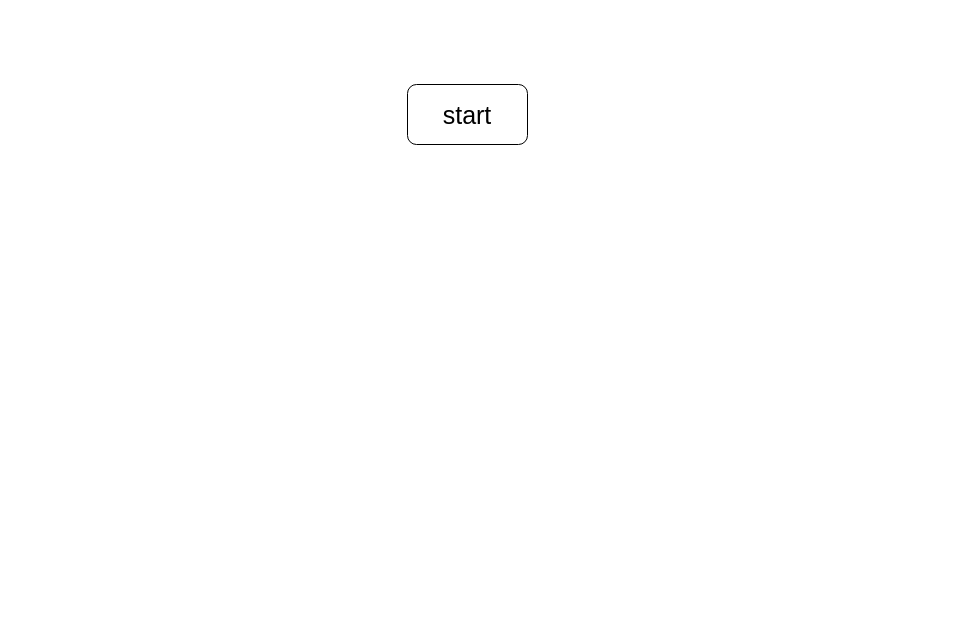
This is pong_state_machine.drawio from LamForest/draw.io, a draw.io file, before an edit. Source tidied: cells renumbered, new cells numbered last; positions are measured from the earlier drawing's top-left corner, leaving out a move shared by most shapes. Both pictures are drawn from the tidied source at 100%, with x=0, y=0 at pixel (407, 84).
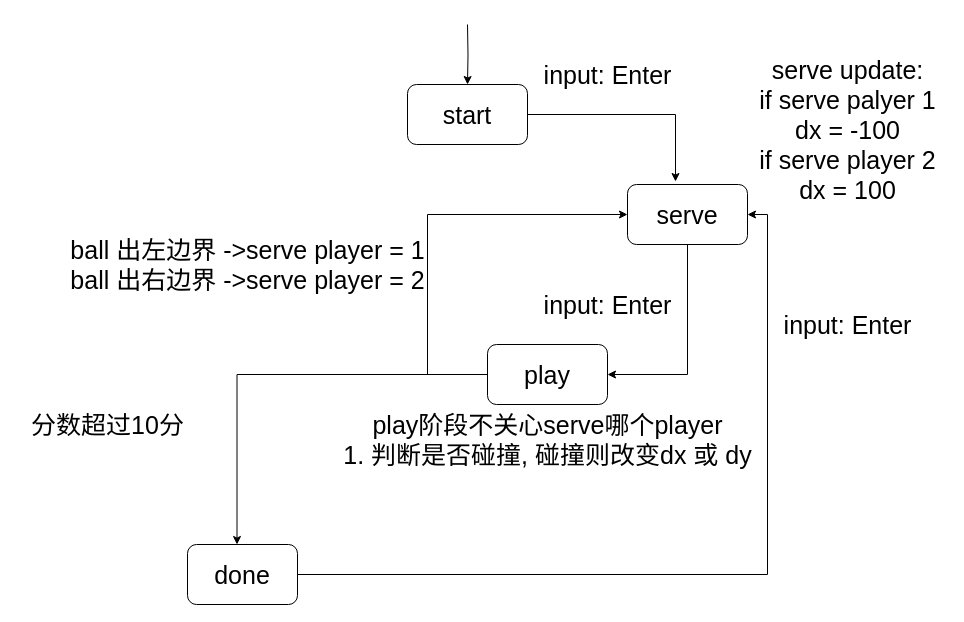
Above is the later version.

Unchanged cells that the change refers to:
```xml
<mxCell id="2" value="start" style="rounded=1;whiteSpace=wrap;html=1;fontSize=25;" parent="1" vertex="1">
  <mxGeometry width="120" height="60" as="geometry" />
</mxCell>
```

The edit, as a diff of the source:
```diff
@@
+    <mxCell id="3" style="edgeStyle=orthogonalEdgeStyle;rounded=0;jettySize=auto;html=1;exitX=0.5;exitY=0;exitDx=0;exitDy=0;fontSize=25;entryX=0.5;entryY=0;entryDx=0;entryDy=0;" parent="1" edge="1" target="2">
+      <mxGeometry relative="1" as="geometry">
+        <mxPoint x="60" y="-60" as="sourcePoint" />
+      </mxGeometry>
+    </mxCell>
+    <mxCell id="4" style="edgeStyle=orthogonalEdgeStyle;rounded=0;jettySize=auto;html=1;exitX=1;exitY=0.5;exitDx=0;exitDy=0;entryX=0.4;entryY=-0.05;entryDx=0;entryDy=0;entryPerimeter=0;fontSize=25;" parent="1" edge="1" source="2" target="6">
+      <mxGeometry relative="1" as="geometry" />
+    </mxCell>
@@
+    <mxCell id="5" style="edgeStyle=orthogonalEdgeStyle;rounded=0;jettySize=auto;html=1;exitX=0.5;exitY=1;exitDx=0;exitDy=0;entryX=1;entryY=0.5;entryDx=0;entryDy=0;fontSize=25;" parent="1" edge="1" source="6" target="9">
+      <mxGeometry relative="1" as="geometry" />
+    </mxCell>
+    <mxCell id="6" value="serve" style="rounded=1;whiteSpace=wrap;html=1;fontSize=25;" parent="1" vertex="1">
+      <mxGeometry x="220" y="100" width="120" height="60" as="geometry" />
+    </mxCell>
+    <mxCell id="7" style="edgeStyle=orthogonalEdgeStyle;rounded=0;jettySize=auto;html=1;exitX=0;exitY=0.5;exitDx=0;exitDy=0;entryX=0;entryY=0.5;entryDx=0;entryDy=0;fontSize=25;" parent="1" edge="1" source="9" target="6">
+      <mxGeometry relative="1" as="geometry">
+        <Array as="points">
+          <mxPoint x="20" y="290" />
+          <mxPoint x="20" y="130" />
+        </Array>
+      </mxGeometry>
+    </mxCell>
+    <mxCell id="8" style="edgeStyle=orthogonalEdgeStyle;rounded=0;jettySize=auto;html=1;exitX=0;exitY=0.5;exitDx=0;exitDy=0;entryX=0.45;entryY=0;entryDx=0;entryDy=0;entryPerimeter=0;fontSize=25;" parent="1" edge="1" source="9" target="16">
+      <mxGeometry relative="1" as="geometry" />
+    </mxCell>
+    <mxCell id="9" value="play" style="rounded=1;whiteSpace=wrap;html=1;fontSize=25;" parent="1" vertex="1">
+      <mxGeometry x="80" y="260" width="120" height="60" as="geometry" />
+    </mxCell>
+    <mxCell id="10" value="input: Enter" style="text;html=1;align=center;verticalAlign=middle;strokeColor=none;fillColor=none;fontSize=25;" parent="1" vertex="1">
+      <mxGeometry x="125" y="-30" width="150" height="40" as="geometry" />
+    </mxCell>
+    <mxCell id="11" value="input: Enter" style="text;html=1;align=center;verticalAlign=middle;strokeColor=none;fillColor=none;fontSize=25;" parent="1" vertex="1">
+      <mxGeometry x="125" y="200" width="150" height="40" as="geometry" />
+    </mxCell>
+    <mxCell id="12" value="ball 出左边界 -&amp;gt;serve player = 1&lt;br&gt;ball 出右边界 -&amp;gt;serve player = 2" style="text;html=1;align=center;verticalAlign=middle;strokeColor=none;fillColor=none;fontSize=25;" parent="1" vertex="1">
+      <mxGeometry x="-350" y="145" width="380" height="70" as="geometry" />
+    </mxCell>
+    <mxCell id="13" value="serve update:&lt;br&gt;if serve palyer 1&lt;br&gt;dx = -100&lt;br&gt;if serve player 2&lt;br&gt;dx = 100" style="text;html=1;align=center;verticalAlign=middle;strokeColor=none;fillColor=none;fontSize=25;" parent="1" vertex="1">
+      <mxGeometry x="340" y="-35" width="200" height="160" as="geometry" />
+    </mxCell>
+    <mxCell id="14" value="play阶段不关心serve哪个player&lt;br&gt;1. 判断是否碰撞, 碰撞则改变dx 或 dy&lt;br&gt;" style="text;html=1;align=center;verticalAlign=middle;strokeColor=none;fillColor=none;fontSize=25;" parent="1" vertex="1">
+      <mxGeometry x="-75" y="320" width="430" height="70" as="geometry" />
+    </mxCell>
+    <mxCell id="15" style="edgeStyle=orthogonalEdgeStyle;rounded=0;jettySize=auto;html=1;fontSize=25;entryX=1;entryY=0.5;entryDx=0;entryDy=0;" parent="1" edge="1" source="16" target="6">
+      <mxGeometry relative="1" as="geometry" />
+    </mxCell>
+    <mxCell id="16" value="done" style="rounded=1;whiteSpace=wrap;html=1;fontSize=25;" parent="1" vertex="1">
+      <mxGeometry x="-220" y="460" width="110" height="60" as="geometry" />
+    </mxCell>
+    <mxCell id="17" value="分数超过10分" style="text;html=1;align=center;verticalAlign=middle;strokeColor=none;fillColor=none;fontSize=25;" parent="1" vertex="1">
+      <mxGeometry x="-390" y="320" width="180" height="40" as="geometry" />
+    </mxCell>
+    <mxCell id="18" value="input: Enter" style="text;html=1;align=center;verticalAlign=middle;strokeColor=none;fillColor=none;fontSize=25;" parent="1" vertex="1">
+      <mxGeometry x="365" y="220" width="150" height="40" as="geometry" />
+    </mxCell>
```
